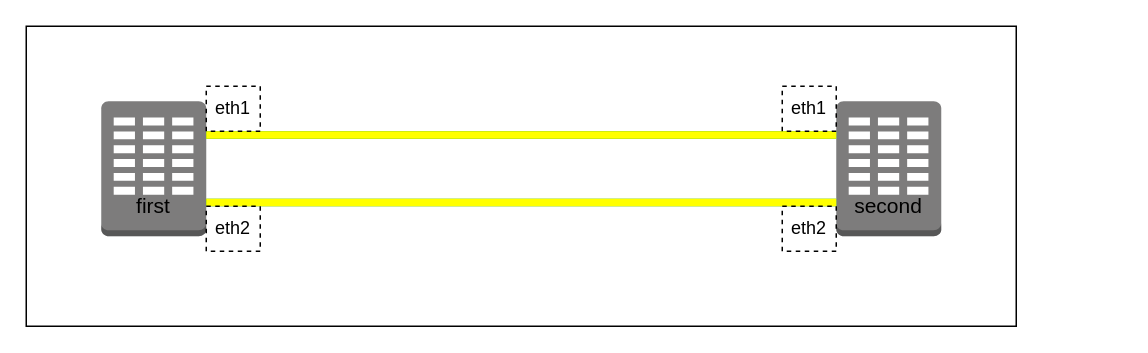
Above: 06_STP/Attached_materials/06_STP.drawio in UsamG1t/Nets_ASVK_Labs (draw.io), before the change. Source tidied: cells renumbered, new cells numbered last; positions are measured from the earlier drawing's top-left corner, leaving out a move shared by most shapes. Both pictures are drawn from the tidied source at 150%, with x=0, y=0 at pixel (26, 26).
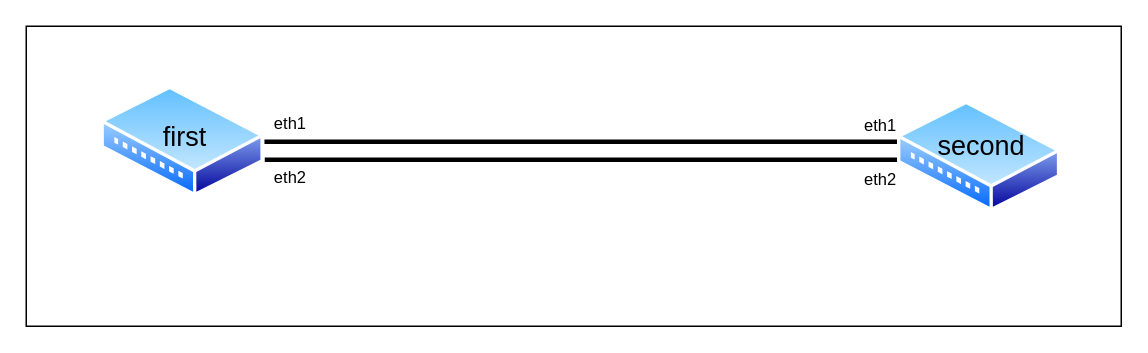
The same page after the edit.

Change to the diagram source:
```diff
@@
 <mxGraphModel>
   <root>
     <mxCell id="0" />
     <mxCell id="1" parent="0" />
     <mxCell id="2" style="rounded=0;whiteSpace=wrap;html=1;fillColor=light-dark(#FFFFFF,#FFFFFF);" parent="1" vertex="1">
-      <mxGeometry width="660" height="200" as="geometry" />
+      <mxGeometry width="730" height="200" as="geometry" />
     </mxCell>
-    <mxCell id="3" style="outlineConnect=0;dashed=0;verticalLabelPosition=bottom;verticalAlign=top;align=center;html=1;shape=mxgraph.aws3.corporate_data_center;fillColor=#7D7C7C;gradientColor=none;" parent="1" vertex="1">
-      <mxGeometry x="50" y="50" width="70" height="90" as="geometry" />
-    </mxCell>
-    <mxCell id="4" style="outlineConnect=0;dashed=0;verticalLabelPosition=bottom;verticalAlign=top;align=center;html=1;shape=mxgraph.aws3.corporate_data_center;fillColor=#7D7C7C;gradientColor=none;" parent="1" vertex="1">
-      <mxGeometry x="540" y="50" width="70" height="90" as="geometry" />
-    </mxCell>
-    <mxCell id="5" style="shape=wire;edgeStyle=orthogonalEdgeStyle;jettySize=auto;html=1;sourcePerimeterSpacing=0;targetPerimeterSpacing=0;endArrow=none;curved=0;rounded=0;strokeColor=light-dark(#009900,#000000);fillColor=#ffff00;fixDash=1;startSize=6;endSize=6;entryX=0;entryY=0.25;entryDx=0;entryDy=0;entryPerimeter=0;exitX=1;exitY=0.25;exitDx=0;exitDy=0;exitPerimeter=0;strokeWidth=5;" parent="1" edge="1" source="3" target="4">
-      <mxGeometry relative="1" as="geometry" />
-    </mxCell>
+    <mxCell id="13" style="image;perimeter=ellipsePerimeter;html=1;align=center;shadow=0;dashed=0;spacingTop=3;image=img/lib/active_directory/wiring_hub.svg;" parent="1" vertex="1">
+      <mxGeometry x="50" y="40" width="108.8" height="74" as="geometry" />
+    </mxCell>
-    <mxCell id="6" value="&lt;span style=&quot;font-size: 14px;&quot;&gt;first&lt;/span&gt;" style="text;html=1;align=center;verticalAlign=middle;whiteSpace=wrap;rounded=0;" parent="1" vertex="1">
-      <mxGeometry x="50" y="90" width="70" height="60" as="geometry" />
+    <mxCell id="6" value="&lt;font style=&quot;font-size: 18px;&quot;&gt;first&lt;/font&gt;" style="text;html=1;align=center;verticalAlign=middle;whiteSpace=wrap;rounded=0;" parent="1" vertex="1">
+      <mxGeometry x="71.4" y="49" width="70" height="50" as="geometry" />
     </mxCell>
+    <mxCell id="14" style="endArrow=none;html=1;rounded=0;strokeColor=#000000;endFill=0;strokeWidth=3;entryX=1;entryY=0.5;entryDx=0;entryDy=0;exitX=0;exitY=0.5;exitDx=0;exitDy=0;" parent="1" edge="1" target="13">
+      <mxGeometry relative="1" as="geometry">
+        <mxPoint x="582.8" y="77" as="sourcePoint" />
+      </mxGeometry>
+    </mxCell>
+    <mxCell id="15" value="eth1" style="edgeLabel;html=1;align=left;verticalAlign=bottom;" parent="14" vertex="1">
+      <mxGeometry x="-1" relative="1" as="geometry">
+        <mxPoint x="-26" y="-3" as="offset" />
+      </mxGeometry>
+    </mxCell>
+    <mxCell id="16" value="eth1" style="edgeLabel;html=1;align=right;verticalAlign=bottom;rotation=0;" parent="14" vertex="1">
+      <mxGeometry x="1" relative="1" as="geometry">
+        <mxPoint x="28" y="-4" as="offset" />
+      </mxGeometry>
+    </mxCell>
+    <mxCell id="17" style="endArrow=none;html=1;rounded=0;strokeColor=#000000;endFill=0;strokeWidth=3;entryX=1;entryY=0.5;entryDx=0;entryDy=0;exitX=0;exitY=0.5;exitDx=0;exitDy=0;" parent="1" edge="1">
+      <mxGeometry relative="1" as="geometry">
+        <mxPoint x="582.8" y="89" as="sourcePoint" />
+        <mxPoint x="159" y="89" as="targetPoint" />
+      </mxGeometry>
+    </mxCell>
+    <mxCell id="18" value="eth2" style="edgeLabel;html=1;align=left;verticalAlign=bottom;" parent="17" vertex="1">
+      <mxGeometry x="-1" relative="1" as="geometry">
+        <mxPoint x="-26" y="21" as="offset" />
+      </mxGeometry>
+    </mxCell>
+    <mxCell id="19" value="eth2" style="edgeLabel;html=1;align=right;verticalAlign=bottom;rotation=0;" parent="17" vertex="1">
+      <mxGeometry x="1" relative="1" as="geometry">
+        <mxPoint x="28" y="20" as="offset" />
+      </mxGeometry>
+    </mxCell>
+    <mxCell id="20" style="image;perimeter=ellipsePerimeter;html=1;align=center;shadow=0;dashed=0;spacingTop=3;image=img/lib/active_directory/wiring_hub.svg;" parent="1" vertex="1">
+      <mxGeometry x="581" y="50" width="108.8" height="74" as="geometry" />
+    </mxCell>
-    <mxCell id="7" value="&lt;span style=&quot;font-size: 14px;&quot;&gt;second&lt;/span&gt;" style="text;html=1;align=center;verticalAlign=middle;whiteSpace=wrap;rounded=0;" parent="1" vertex="1">
-      <mxGeometry x="540" y="90" width="70" height="60" as="geometry" />
+    <mxCell id="7" value="&lt;font style=&quot;font-size: 18px;&quot;&gt;second&lt;/font&gt;" style="text;html=1;align=center;verticalAlign=middle;whiteSpace=wrap;rounded=0;" parent="1" vertex="1">
+      <mxGeometry x="602.4" y="55" width="70" height="50" as="geometry" />
     </mxCell>
-    <mxCell id="8" value="&lt;font style=&quot;color: light-dark(rgb(0, 0, 0), rgb(0, 0, 0));&quot;&gt;eth1&lt;/font&gt;" style="text;html=1;align=center;verticalAlign=middle;whiteSpace=wrap;rounded=0;strokeWidth=1;strokeColor=light-dark(#000000,#000000);perimeterSpacing=4;dashed=1;" parent="1" vertex="1">
-      <mxGeometry x="120" y="40" width="36" height="30" as="geometry" />
-    </mxCell>
-    <mxCell id="9" value="&lt;font style=&quot;color: light-dark(rgb(0, 0, 0), rgb(0, 0, 0));&quot;&gt;eth1&lt;/font&gt;" style="text;html=1;align=center;verticalAlign=middle;whiteSpace=wrap;rounded=0;strokeWidth=1;strokeColor=light-dark(#000000,#000000);perimeterSpacing=4;dashed=1;" parent="1" vertex="1">
-      <mxGeometry x="504" y="40" width="36" height="30" as="geometry" />
-    </mxCell>
-    <mxCell id="10" style="shape=wire;edgeStyle=orthogonalEdgeStyle;jettySize=auto;html=1;sourcePerimeterSpacing=0;targetPerimeterSpacing=0;endArrow=none;curved=0;rounded=0;strokeColor=light-dark(#009900,#000000);fillColor=#ffff00;fixDash=1;startSize=6;endSize=6;entryX=0;entryY=0.75;entryDx=0;entryDy=0;entryPerimeter=0;exitX=1;exitY=0.75;exitDx=0;exitDy=0;exitPerimeter=0;strokeWidth=5;" parent="1" edge="1" source="3" target="4">
-      <mxGeometry relative="1" as="geometry" />
-    </mxCell>
-    <mxCell id="11" value="&lt;font style=&quot;color: light-dark(rgb(0, 0, 0), rgb(0, 0, 0));&quot;&gt;eth2&lt;/font&gt;" style="text;html=1;align=center;verticalAlign=middle;whiteSpace=wrap;rounded=0;strokeWidth=1;strokeColor=light-dark(#000000,#000000);perimeterSpacing=4;dashed=1;" parent="1" vertex="1">
-      <mxGeometry x="120" y="120" width="36" height="30" as="geometry" />
-    </mxCell>
-    <mxCell id="12" value="&lt;font style=&quot;color: light-dark(rgb(0, 0, 0), rgb(0, 0, 0));&quot;&gt;eth2&lt;/font&gt;" style="text;html=1;align=center;verticalAlign=middle;whiteSpace=wrap;rounded=0;strokeWidth=1;strokeColor=light-dark(#000000,#000000);perimeterSpacing=4;dashed=1;" parent="1" vertex="1">
-      <mxGeometry x="504" y="120" width="36" height="30" as="geometry" />
-    </mxCell>
   </root>
 </mxGraphModel>
```
